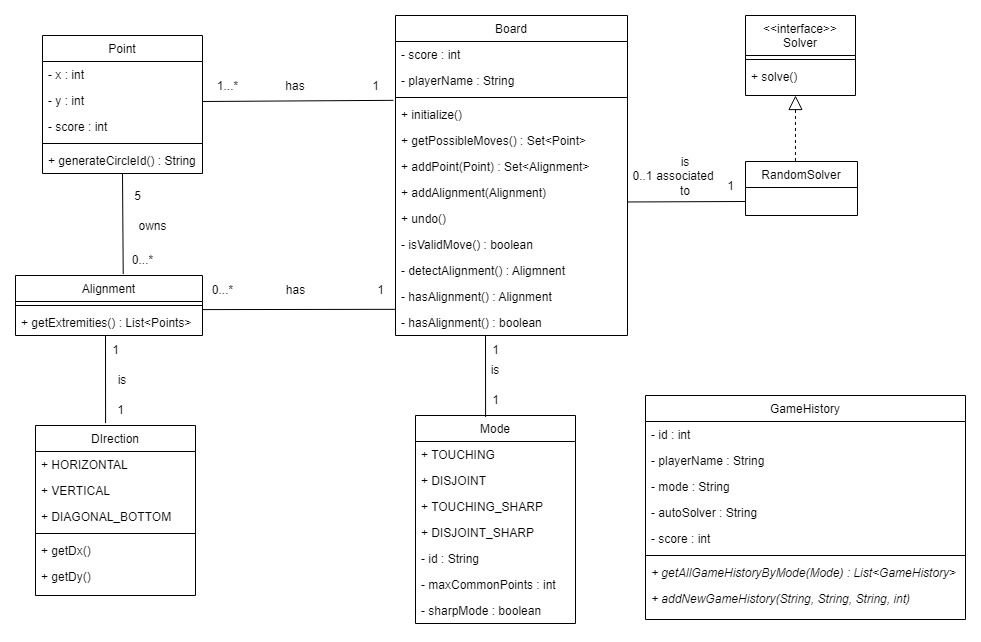
Earlier version of the draw.io export documentation/class_diagram.png (nathzaf/morpion-solitaire). Source tidied: cells renumbered, new cells last; positions are measured from the earlier drawing's top-left corner, leaving out a move shared by most shapes.
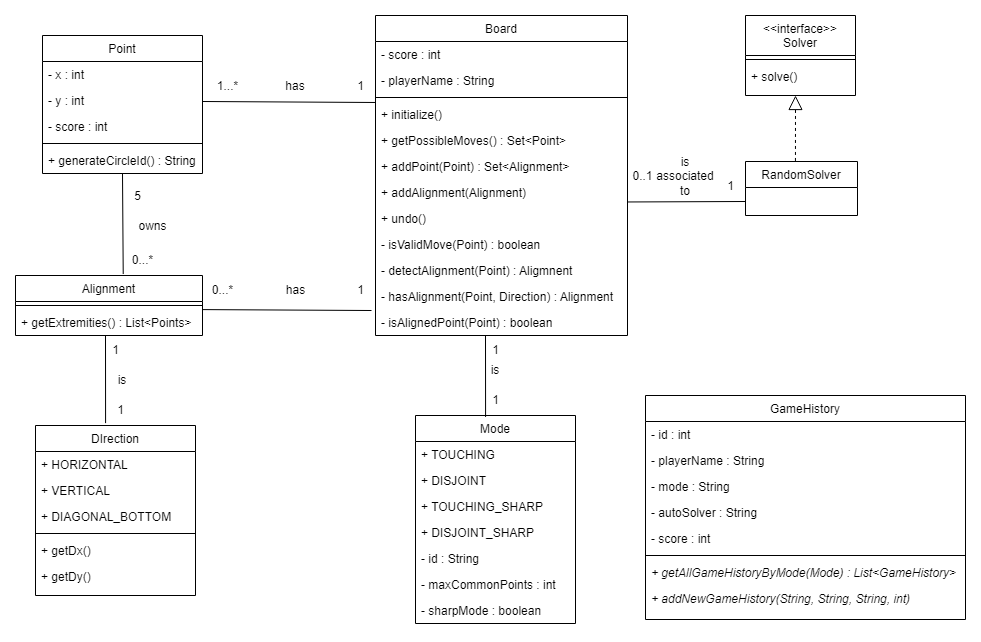
After the change.

What changed in the source:
```diff
@@ -45,52 +45,53 @@
       <mxGeometry y="182" width="160" height="26" as="geometry" />
     </mxCell>
     <mxCell id="16" value="Board" style="swimlane;fontStyle=0;align=center;verticalAlign=top;horizontal=1;startSize=26;rounded=0;shadow=0;strokeWidth=1;" parent="1" vertex="1">
-      <mxGeometry x="380" width="232" height="320" as="geometry" />
+      <mxGeometry x="360" width="252" height="320" as="geometry" />
     </mxCell>
     <mxCell id="17" value="- score : int" style="text;align=left;verticalAlign=top;spacingLeft=4;spacingRight=4;overflow=hidden;" parent="16" vertex="1">
-      <mxGeometry y="26" width="232" height="26" as="geometry" />
+      <mxGeometry y="26" width="252" height="26" as="geometry" />
     </mxCell>
     <mxCell id="18" value="- playerName : String" style="text;align=left;verticalAlign=top;spacingLeft=4;spacingRight=4;overflow=hidden;" parent="16" vertex="1">
-      <mxGeometry y="52" width="232" height="26" as="geometry" />
+      <mxGeometry y="52" width="252" height="26" as="geometry" />
     </mxCell>
     <mxCell id="19" style="line;html=1;strokeWidth=1;align=left;verticalAlign=middle;spacingTop=-1;spacingLeft=3;spacingRight=3;labelPosition=right;" parent="16" vertex="1">
-      <mxGeometry y="78" width="232" height="8" as="geometry" />
+      <mxGeometry y="78" width="252" height="8" as="geometry" />
     </mxCell>
     <mxCell id="20" value="+ initialize() " style="text;align=left;verticalAlign=top;spacingLeft=4;spacingRight=4;overflow=hidden;" parent="16" vertex="1">
-      <mxGeometry y="86" width="232" height="26" as="geometry" />
+      <mxGeometry y="86" width="252" height="26" as="geometry" />
     </mxCell>
     <mxCell id="21" value="+ getPossibleMoves() : Set&lt;Point&gt;" style="text;align=left;verticalAlign=top;spacingLeft=4;spacingRight=4;overflow=hidden;" parent="16" vertex="1">
-      <mxGeometry y="112" width="232" height="26" as="geometry" />
+      <mxGeometry y="112" width="252" height="26" as="geometry" />
     </mxCell>
     <mxCell id="22" value="+ addPoint(Point) : Set&lt;Alignment&gt;" style="text;align=left;verticalAlign=top;spacingLeft=4;spacingRight=4;overflow=hidden;" parent="16" vertex="1">
-      <mxGeometry y="138" width="232" height="26" as="geometry" />
+      <mxGeometry y="138" width="252" height="26" as="geometry" />
     </mxCell>
     <mxCell id="23" value="+ addAlignment(Alignment)" style="text;align=left;verticalAlign=top;spacingLeft=4;spacingRight=4;overflow=hidden;" parent="16" vertex="1">
-      <mxGeometry y="164" width="232" height="26" as="geometry" />
+      <mxGeometry y="164" width="252" height="26" as="geometry" />
     </mxCell>
     <mxCell id="24" value="+ undo()" style="text;align=left;verticalAlign=top;spacingLeft=4;spacingRight=4;overflow=hidden;" parent="16" vertex="1">
-      <mxGeometry y="190" width="232" height="26" as="geometry" />
+      <mxGeometry y="190" width="252" height="26" as="geometry" />
     </mxCell>
-    <mxCell id="25" value="- isValidMove() : boolean" style="text;align=left;verticalAlign=top;spacingLeft=4;spacingRight=4;overflow=hidden;" parent="16" vertex="1">
-      <mxGeometry y="216" width="232" height="26" as="geometry" />
+    <mxCell id="25" value="- isValidMove(Point) : boolean" style="text;align=left;verticalAlign=top;spacingLeft=4;spacingRight=4;overflow=hidden;" parent="16" vertex="1">
+      <mxGeometry y="216" width="252" height="26" as="geometry" />
     </mxCell>
-    <mxCell id="26" value="- detectAlignment() : Aligmnent" style="text;align=left;verticalAlign=top;spacingLeft=4;spacingRight=4;overflow=hidden;" parent="16" vertex="1">
-      <mxGeometry y="242" width="232" height="26" as="geometry" />
+    <mxCell id="26" value="- detectAlignment(Point) : Aligmnent" style="text;align=left;verticalAlign=top;spacingLeft=4;spacingRight=4;overflow=hidden;" parent="16" vertex="1">
+      <mxGeometry y="242" width="252" height="26" as="geometry" />
     </mxCell>
-    <mxCell id="27" value="- hasAlignment() : Alignment" style="text;align=left;verticalAlign=top;spacingLeft=4;spacingRight=4;overflow=hidden;" parent="16" vertex="1">
-      <mxGeometry y="268" width="232" height="26" as="geometry" />
+    <mxCell id="27" value="- hasAlignment(Point, Direction) : Alignment" style="text;align=left;verticalAlign=top;spacingLeft=4;spacingRight=4;overflow=hidden;" parent="16" vertex="1">
+      <mxGeometry y="268" width="252" height="26" as="geometry" />
     </mxCell>
-    <mxCell id="28" value="- hasAlignment() : boolean" style="text;align=left;verticalAlign=top;spacingLeft=4;spacingRight=4;overflow=hidden;points=[[0,0.5],[1,0.5]];portConstraint=eastwest;" parent="16" vertex="1">
-      <mxGeometry y="294" width="232" height="26" as="geometry" />
+    <mxCell id="28" value="- isAlignedPoint(Point) : boolean" style="text;align=left;verticalAlign=top;spacingLeft=4;spacingRight=4;overflow=hidden;points=[[0,0.5],[1,0.5]];portConstraint=eastwest;" parent="16" vertex="1">
+      <mxGeometry y="294" width="252" height="26" as="geometry" />
     </mxCell>
-    <mxCell id="29" style="endArrow=none;html=1;rounded=0;entryX=-0.009;entryY=0.263;entryDx=0;entryDy=0;entryPerimeter=0;" parent="1" edge="1">
+    <mxCell id="29" style="endArrow=none;html=1;rounded=0;entryX=1;entryY=1.033;entryDx=0;entryDy=0;entryPerimeter=0;" parent="1" edge="1" target="35">
       <mxGeometry relative="1" as="geometry">
         <mxPoint x="187" y="86" as="sourcePoint" />
-        <mxPoint x="377.9" y="84.8" as="targetPoint" />
       </mxGeometry>
     </mxCell>
-    <mxCell id="30" style="endArrow=none;html=1;rounded=0;entryX=-0.001;entryY=-0.006;entryDx=0;entryDy=0;exitX=1;exitY=0.004;exitDx=0;exitDy=0;exitPerimeter=0;entryPerimeter=0;" parent="1" edge="1" source="42" target="28">
-      <mxGeometry relative="1" as="geometry" />
+    <mxCell id="30" style="endArrow=none;html=1;rounded=0;exitX=1;exitY=0.004;exitDx=0;exitDy=0;exitPerimeter=0;" parent="1" edge="1" source="42">
+      <mxGeometry relative="1" as="geometry">
+        <mxPoint x="356" y="295" as="targetPoint" />
+      </mxGeometry>
     </mxCell>
     <mxCell id="31" style="endArrow=none;html=1;rounded=0;entryX=0.438;entryY=0.007;entryDx=0;entryDy=0;entryPerimeter=0;" parent="1" edge="1" target="8">
       <mxGeometry relative="1" as="geometry">
@@ -104,10 +105,10 @@
       <mxGeometry x="187" y="260" width="40" height="30" as="geometry" />
     </mxCell>
     <mxCell id="34" value="1" style="text;html=1;align=center;verticalAlign=middle;strokeColor=none;fillColor=none;" parent="1" vertex="1">
-      <mxGeometry x="350" y="260" width="30" height="30" as="geometry" />
+      <mxGeometry x="330" y="260" width="30" height="30" as="geometry" />
     </mxCell>
     <mxCell id="35" value="1" style="text;html=1;align=center;verticalAlign=middle;points=[];strokeColor=none;fillColor=none;" parent="1" vertex="1">
-      <mxGeometry x="345" y="56" width="30" height="30" as="geometry" />
+      <mxGeometry x="330" y="56" width="30" height="30" as="geometry" />
     </mxCell>
     <mxCell id="36" value="1" style="text;html=1;align=center;verticalAlign=middle;strokeColor=none;fillColor=none;" parent="1" vertex="1">
       <mxGeometry x="465" y="370" width="30" height="30" as="geometry" />
```
